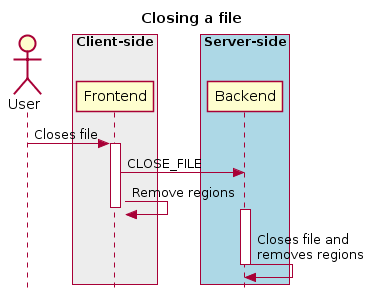
CARTAvis/carta-protobuf keeps this PlantUML diagram as docs/images/image21.png. Above is the earlier version.
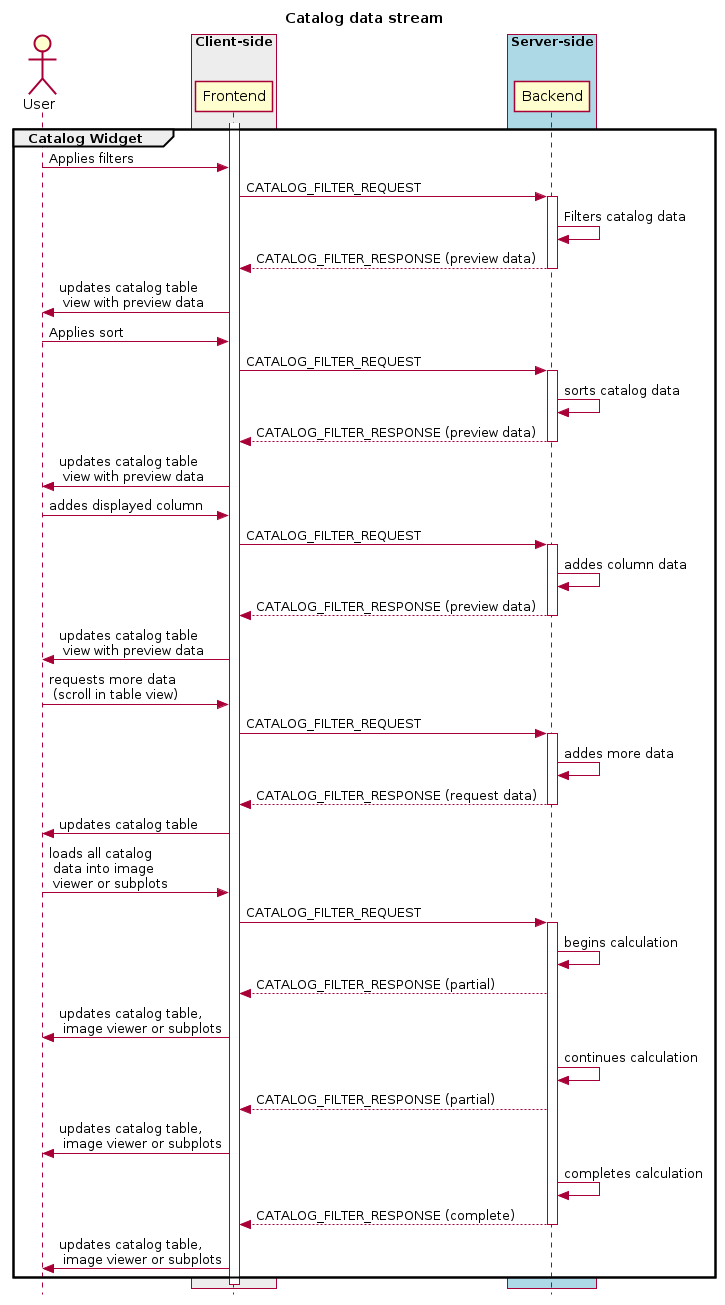
After the commit.

What changed in the source:
```diff
@@ -1,22 +1,63 @@
 @startuml
 skinparam style strictuml
 hide footbox
-title Closing a file
+title Catalog data stream
 
 actor User
-box "Client-side"  #EDEDED
+box "Client-side" #EDEDED
 participant Frontend
 end box
 
 box "Server-side" #lightblue
 participant Backend
 end box
-User -> Frontend : Closes file
 activate Frontend
-Frontend -> Backend : CLOSE_FILE
-Frontend -> Frontend : Remove regions
+    group Catalog Widget
+    User -> Frontend : Applies filters
+    Frontend -> Backend : CATALOG_FILTER_REQUEST
+    activate Backend
+    Backend -> Backend : Filters catalog data
+    Backend --> Frontend : CATALOG_FILTER_RESPONSE (preview data)
+    deactivate Backend
+    Frontend -> User : updates catalog table \n view with preview data
+
+    User -> Frontend : Applies sort
+    Frontend -> Backend : CATALOG_FILTER_REQUEST
+    activate Backend
+    Backend -> Backend : sorts catalog data
+    Backend --> Frontend : CATALOG_FILTER_RESPONSE (preview data)
+    deactivate Backend
+    Frontend -> User : updates catalog table \n view with preview data
+
+    User -> Frontend : addes displayed column
+    Frontend -> Backend : CATALOG_FILTER_REQUEST
+    activate Backend
+    Backend -> Backend : addes column data
+    Backend --> Frontend : CATALOG_FILTER_RESPONSE (preview data)
+    deactivate Backend
+    Frontend -> User : updates catalog table \n view with preview data
+
+    User -> Frontend : requests more data \n (scroll in table view)
+    Frontend -> Backend : CATALOG_FILTER_REQUEST
+    activate Backend
+    Backend -> Backend : addes more data
+    Backend --> Frontend : CATALOG_FILTER_RESPONSE (request data)
+    deactivate Backend
+    Frontend -> User : updates catalog table
+
+    User -> Frontend : loads all catalog \n data into image \n viewer or subplots
+    Frontend -> Backend : CATALOG_FILTER_REQUEST
+    activate Backend
+    Backend -> Backend : begins calculation
+    Backend --> Frontend : CATALOG_FILTER_RESPONSE (partial)
+    Frontend -> User : updates catalog table, \n image viewer or subplots
+    Backend -> Backend : continues calculation
+    Backend --> Frontend : CATALOG_FILTER_RESPONSE (partial)
+    Frontend -> User : updates catalog table, \n image viewer or subplots
+    Backend -> Backend : completes calculation
+    Backend --> Frontend : CATALOG_FILTER_RESPONSE (complete)
+    deactivate Backend
+    Frontend -> User : updates catalog table, \n image viewer or subplots
+    end
 deactivate Frontend
-activate Backend
-Backend -> Backend : Closes file and\nremoves regions
-deactivate Backend
 @enduml
```
